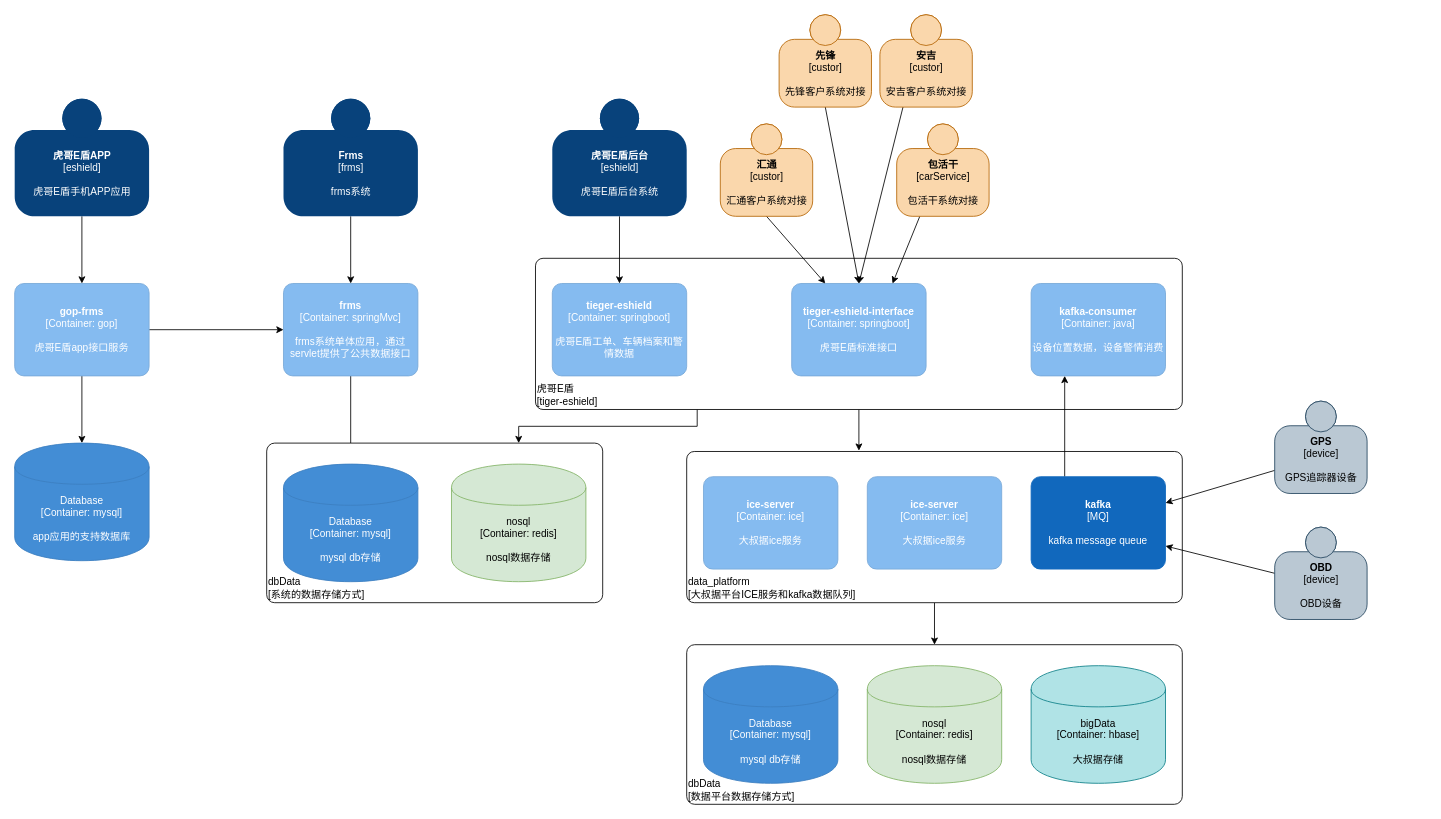
Above: page "Page-2" (2 of 2) of 高铁.drawio in foutouren/glsx-drawio (draw.io), before the change. Source tidied: cells renumbered, new cells numbered last; positions are measured from the earlier drawing's top-left corner, leaving out a move shared by most shapes. Both pictures are drawn from the tidied source at 84%, with x=0, y=0 at pixel (14, 14).
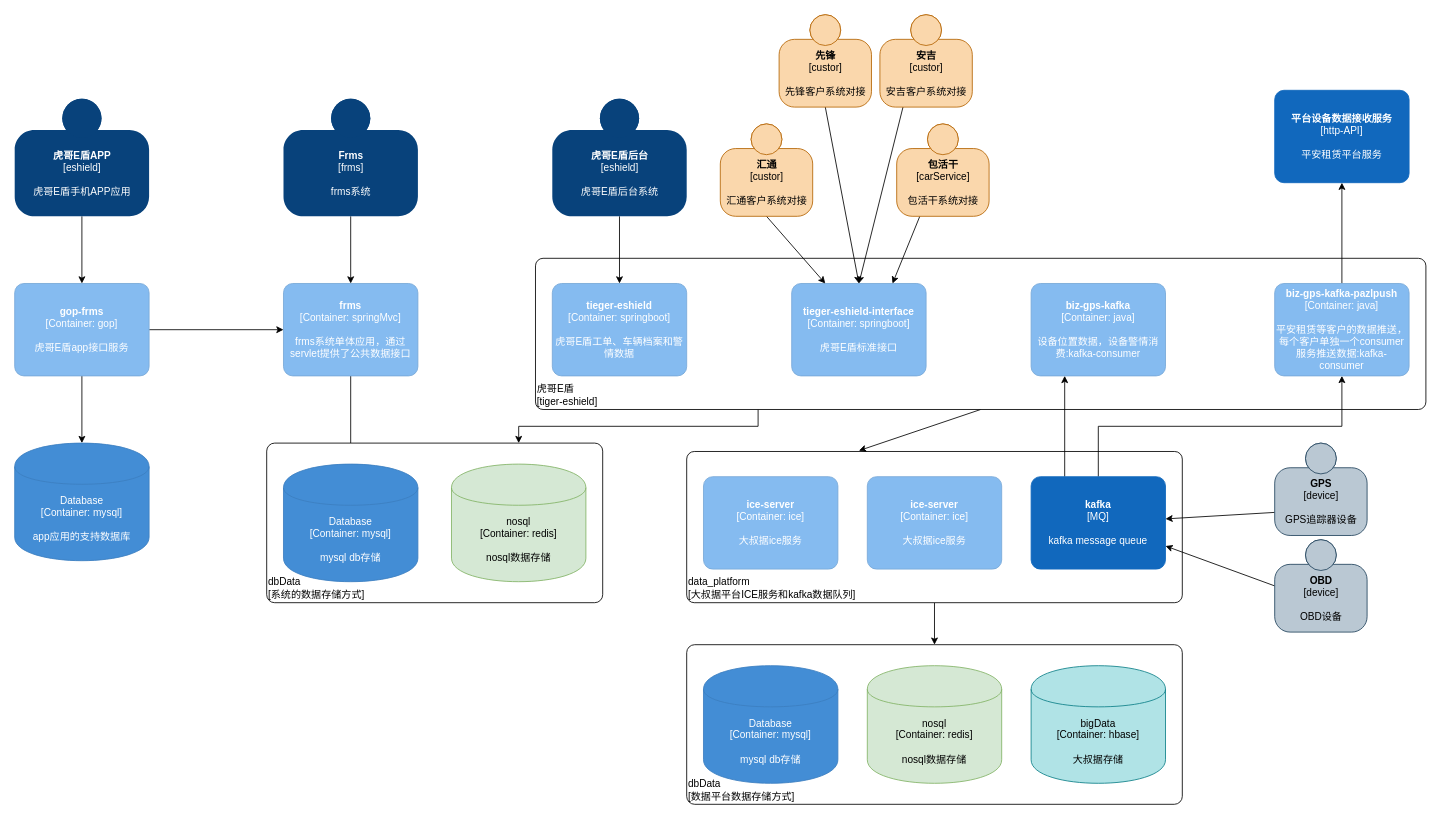
The same page after the edit.

Unchanged cells that the change refers to:
```xml
<object id="36" label="&lt;b&gt;%c4Name%&lt;/b&gt;&lt;div&gt;[%c4Type%]&lt;/div&gt;&lt;br&gt;&lt;div&gt;%c4Description%&lt;/div&gt;" c4Description="kafka message queue" c4Name="kafka" c4Type="MQ" placeholders="1">
  <mxCell style="rounded=1;whiteSpace=wrap;html=1;labelBackgroundColor=none;fillColor=#1168BD;fontColor=#ffffff;align=center;arcSize=10;strokeColor=#1168BD;metaData={&quot;c4Type&quot;:{&quot;editable&quot;:false}};points=[[0.25,0,0],[0.5,0,0],[0.75,0,0],[1,0.25,0],[1,0.5,0],[1,0.75,0],[0.75,1,0],[0.5,1,0],[0.25,1,0],[0,0.75,0],[0,0.5,0],[0,0.25,0]];" parent="1" vertex="1">
    <mxGeometry x="1210" y="550" width="160" height="110" as="geometry" />
  </mxCell>
</object>
```

What changed in the source:
```diff
@@
     <object id="6" label="&lt;div style=&quot;text-align: left&quot;&gt;%c4Name%&lt;/div&gt;&lt;div style=&quot;text-align: left&quot;&gt;[%c4Application%]&lt;/div&gt;" c4Application="tiger-eshield" c4Name="虎哥E盾" placeholders="1">
       <mxCell style="rounded=1;whiteSpace=wrap;html=1;labelBackgroundColor=none;fillColor=#ffffff;fontColor=#000000;align=left;arcSize=5;strokeColor=#000000;verticalAlign=bottom;metaData={&quot;c4Type&quot;:{&quot;editable&quot;:false}};points=[[0.25,0,0],[0.5,0,0],[0.75,0,0],[1,0.25,0],[1,0.5,0],[1,0.75,0],[0.75,1,0],[0.5,1,0],[0.25,1,0],[0,0.75,0],[0,0.5,0],[0,0.25,0]];" parent="1" vertex="1">
-        <mxGeometry x="620" y="290" width="770" height="180" as="geometry" />
+        <mxGeometry x="620" y="290" width="1060" height="180" as="geometry" />
       </mxCell>
     </object>
@@
-    <object id="30" label="&lt;b&gt;%c4Name%&lt;/b&gt;&lt;div&gt;[%c4Type%: %c4Technology%]&lt;/div&gt;&lt;br&gt;&lt;div&gt;%c4Description%&lt;/div&gt;" c4Description="设备位置数据，设备警情消费" c4Name="kafka-consumer" c4Technology="java" c4Type="Container" placeholders="1">
+    <object id="30" label="&lt;b&gt;%c4Name%&lt;/b&gt;&lt;div&gt;[%c4Type%: %c4Technology%]&lt;/div&gt;&lt;br&gt;&lt;div&gt;%c4Description%&lt;/div&gt;" c4Description="设备位置数据，设备警情消费:kafka-consumer" c4Name="biz-gps-kafka" c4Technology="java" c4Type="Container" placeholders="1">
       <mxCell style="rounded=1;whiteSpace=wrap;html=1;labelBackgroundColor=none;fillColor=#85BBF0;fontColor=#ffffff;align=center;arcSize=10;strokeColor=#78A8D8;metaData={&quot;c4Type&quot;:{&quot;editable&quot;:false}};points=[[0.25,0,0],[0.5,0,0],[0.75,0,0],[1,0.25,0],[1,0.5,0],[1,0.75,0],[0.75,1,0],[0.5,1,0],[0.25,1,0],[0,0.75,0],[0,0.5,0],[0,0.25,0]];" parent="1" vertex="1">
         <mxGeometry x="1210" y="320" width="160" height="110" as="geometry" />
       </mxCell>
     </object>
@@
     <object id="34" label="&lt;b&gt;%c4Name%&lt;/b&gt;&lt;div&gt;[%c4Type%]&lt;/div&gt;&lt;br&gt;&lt;div&gt;%c4Description%&lt;/div&gt;" c4Description="GPS追踪器设备" c4Name="GPS" c4Type="device" placeholders="1">
       <mxCell style="html=1;dashed=0;whitespace=wrap;fillColor=#bac8d3;strokeColor=#23445d;shape=mxgraph.c4.person;align=center;points=[[0.5,0,0],[1,0.5,0],[1,0.75,0],[0.75,1,0],[0.5,1,0],[0.25,1,0],[0,0.75,0],[0,0.5,0]];metaData={&quot;c4Type&quot;:{&quot;editable&quot;:false}};" parent="1" vertex="1">
-        <mxGeometry x="1500" y="460" width="110" height="110" as="geometry" />
+        <mxGeometry x="1500" y="510" width="110" height="110" as="geometry" />
       </mxCell>
     </object>
@@
+    <mxCell id="45" style="edgeStyle=orthogonalEdgeStyle;rounded=0;jettySize=auto;html=1;exitX=0.5;exitY=0;exitDx=0;exitDy=0;exitPerimeter=0;" parent="1" edge="1" source="36" target="47">
+      <mxGeometry relative="1" as="geometry" />
+    </mxCell>
@@
     <object id="38" label="&lt;b&gt;%c4Name%&lt;/b&gt;&lt;div&gt;[%c4Type%]&lt;/div&gt;&lt;br&gt;&lt;div&gt;%c4Description%&lt;/div&gt;" c4Description="OBD设备" c4Name="OBD" c4Type="device" placeholders="1">
       <mxCell style="html=1;dashed=0;whitespace=wrap;fillColor=#bac8d3;strokeColor=#23445d;shape=mxgraph.c4.person;align=center;points=[[0.5,0,0],[1,0.5,0],[1,0.75,0],[0.75,1,0],[0.5,1,0],[0.25,1,0],[0,0.75,0],[0,0.5,0]];metaData={&quot;c4Type&quot;:{&quot;editable&quot;:false}};" parent="1" vertex="1">
-        <mxGeometry x="1500" y="610" width="110" height="110" as="geometry" />
+        <mxGeometry x="1500" y="625" width="110" height="110" as="geometry" />
       </mxCell>
     </object>
@@
+    <mxCell id="46" style="edgeStyle=orthogonalEdgeStyle;rounded=0;jettySize=auto;html=1;exitX=0.5;exitY=0;exitDx=0;exitDy=0;exitPerimeter=0;entryX=0.5;entryY=1;entryDx=0;entryDy=0;entryPerimeter=0;" parent="1" edge="1" source="47" target="48">
+      <mxGeometry relative="1" as="geometry" />
+    </mxCell>
+    <object id="47" label="&lt;b&gt;%c4Name%&lt;/b&gt;&lt;div&gt;[%c4Type%: %c4Technology%]&lt;/div&gt;&lt;br&gt;&lt;div&gt;%c4Description%&lt;/div&gt;" c4Description="平安租赁等客户的数据推送，每个客户单独一个consumer服务推送数据:kafka-consumer" c4Name="biz-gps-kafka-pazlpush" c4Technology="java" c4Type="Container" placeholders="1">
+      <mxCell style="rounded=1;whiteSpace=wrap;html=1;labelBackgroundColor=none;fillColor=#85BBF0;fontColor=#ffffff;align=center;arcSize=10;strokeColor=#78A8D8;metaData={&quot;c4Type&quot;:{&quot;editable&quot;:false}};points=[[0.25,0,0],[0.5,0,0],[0.75,0,0],[1,0.25,0],[1,0.5,0],[1,0.75,0],[0.75,1,0],[0.5,1,0],[0.25,1,0],[0,0.75,0],[0,0.5,0],[0,0.25,0]];" parent="1" vertex="1">
+        <mxGeometry x="1500" y="320" width="160" height="110" as="geometry" />
+      </mxCell>
+    </object>
+    <object id="48" label="&lt;b&gt;%c4Name%&lt;/b&gt;&lt;div&gt;[%c4Type%]&lt;/div&gt;&lt;br&gt;&lt;div&gt;%c4Description%&lt;/div&gt;" c4Description="平安租赁平台服务" c4Name="平台设备数据接收服务" c4Type="http-API" placeholders="1">
+      <mxCell style="rounded=1;whiteSpace=wrap;html=1;labelBackgroundColor=none;fillColor=#1168BD;fontColor=#ffffff;align=center;arcSize=10;strokeColor=#1168BD;metaData={&quot;c4Type&quot;:{&quot;editable&quot;:false}};points=[[0.25,0,0],[0.5,0,0],[0.75,0,0],[1,0.25,0],[1,0.5,0],[1,0.75,0],[0.75,1,0],[0.5,1,0],[0.25,1,0],[0,0.75,0],[0,0.5,0],[0,0.25,0]];" parent="1" vertex="1">
+        <mxGeometry x="1500" y="90" width="160" height="110" as="geometry" />
+      </mxCell>
+    </object>
```
